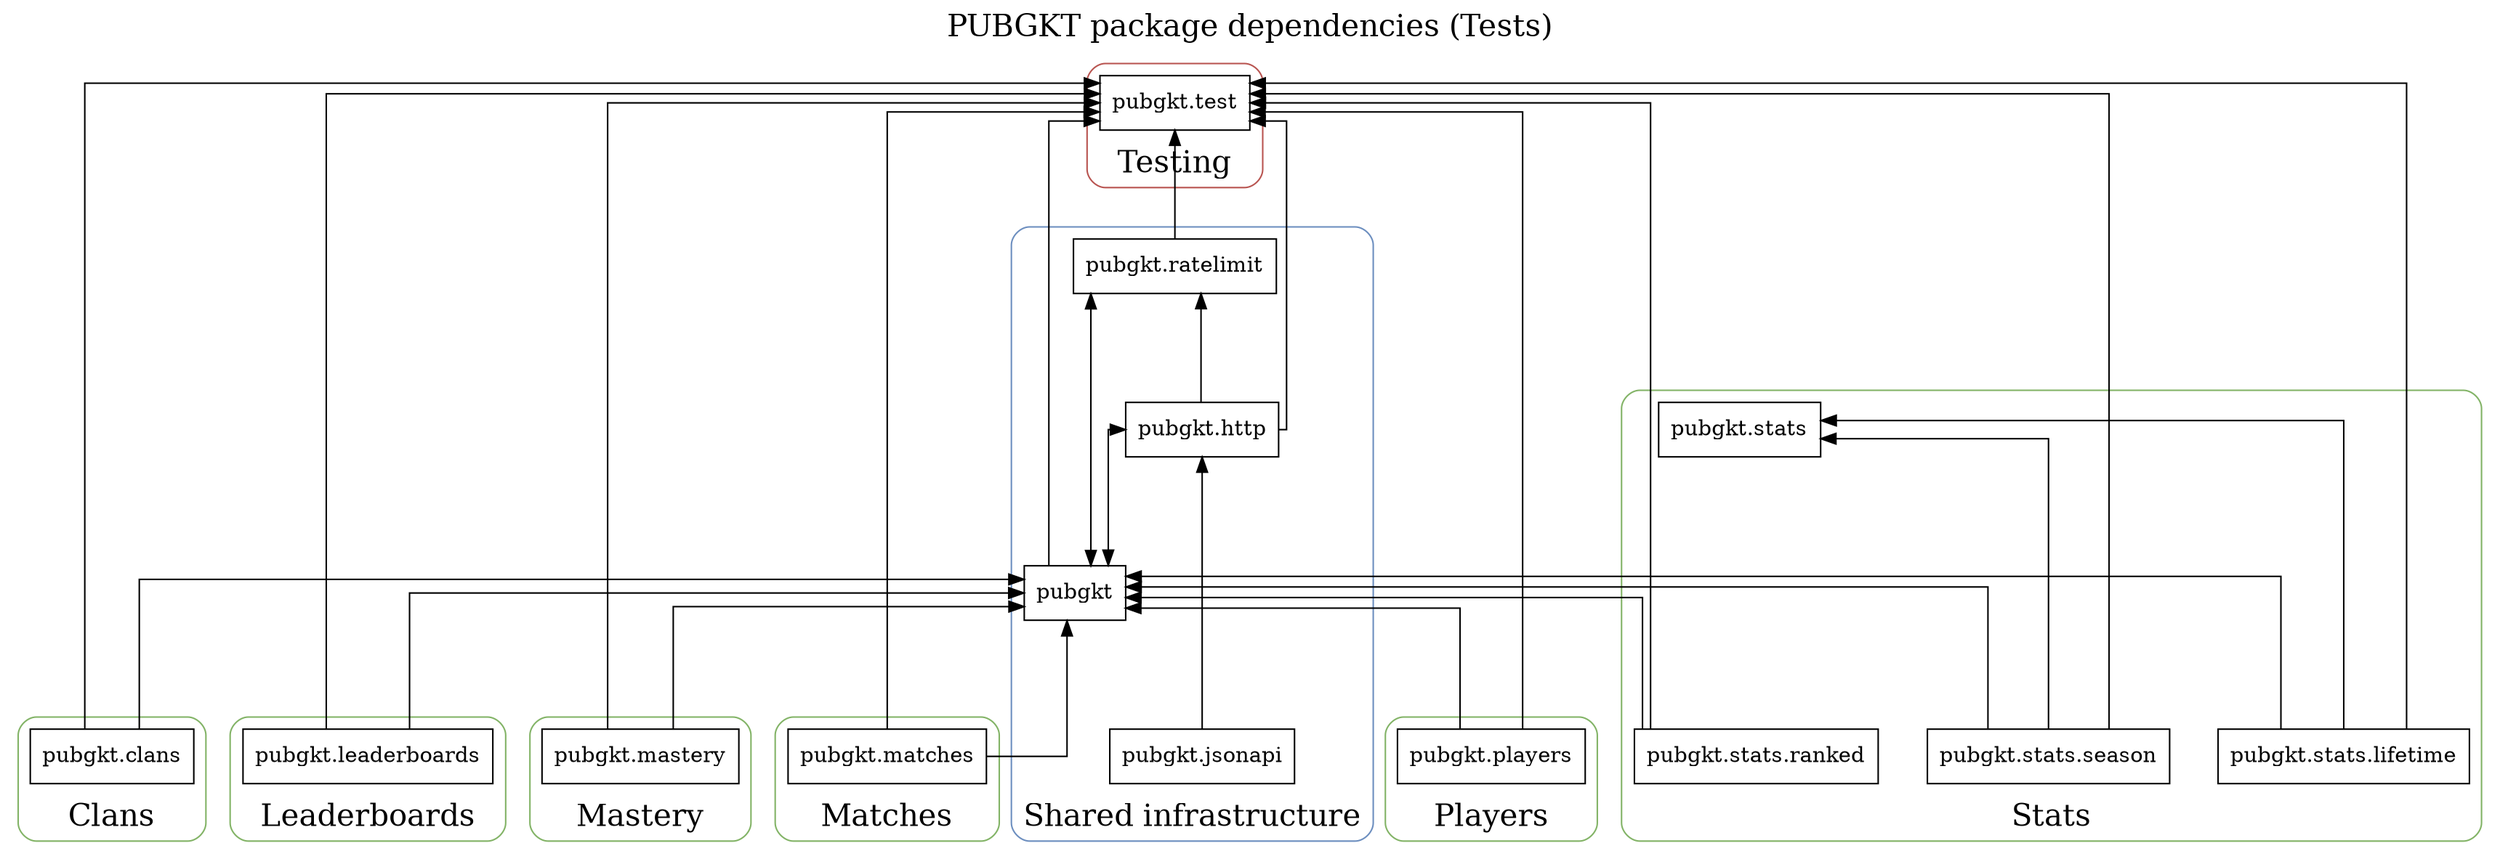
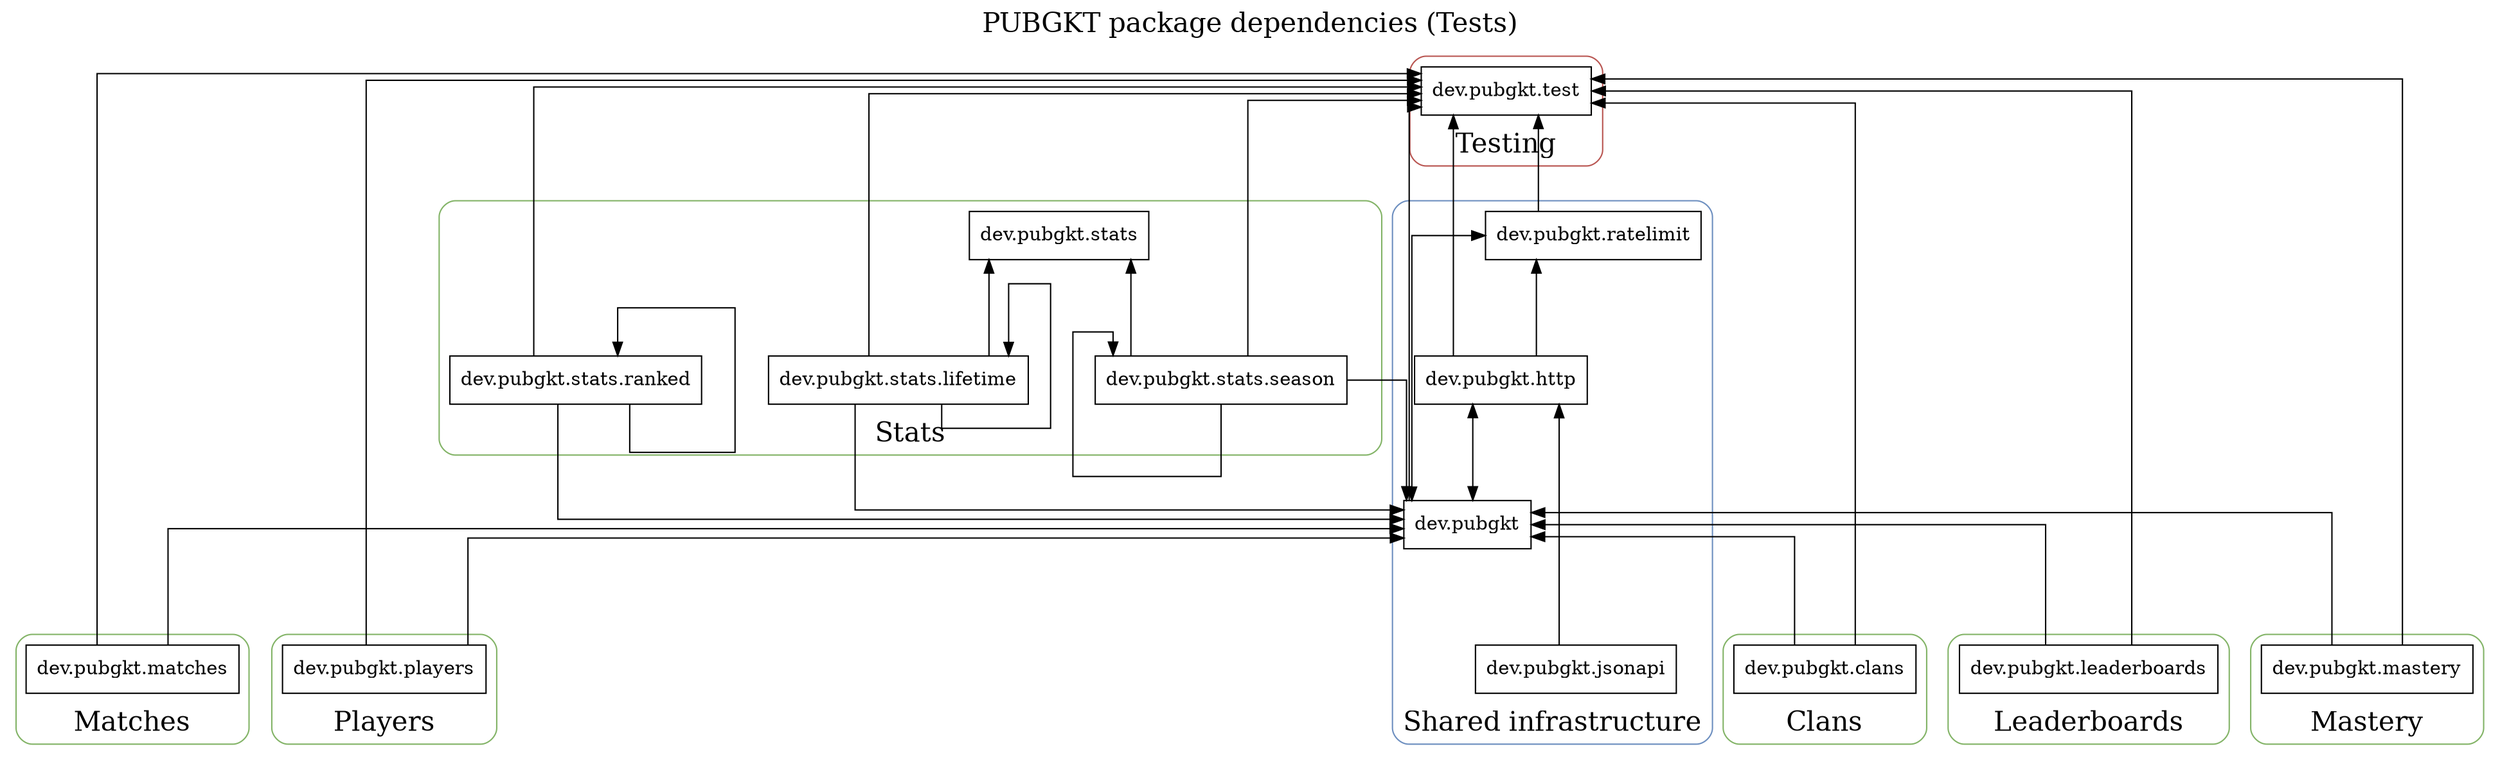
digraph KotlinPackageDependencies {
rankdir=BT;
layout=dot;
ranksep=1.0;
nodesep=0.45;
splines=ortho;
concentrate=true;
newrank=true;
compound=true;
label="PUBGKT package dependencies (Tests)";
labelloc=t;
fontsize=20;
node [shape=box];
subgraph "cluster_clans" {
label="Clans";
style=rounded;
color="#82B366";
- "pubgkt.clans";
+ "dev.pubgkt.clans";
}
subgraph "cluster_leaderboards" {
label="Leaderboards";
style=rounded;
color="#82B366";
- "pubgkt.leaderboards";
+ "dev.pubgkt.leaderboards";
}
subgraph "cluster_mastery" {
label="Mastery";
style=rounded;
color="#82B366";
- "pubgkt.mastery";
+ "dev.pubgkt.mastery";
}
subgraph "cluster_matches" {
label="Matches";
style=rounded;
color="#82B366";
- "pubgkt.matches";
+ "dev.pubgkt.matches";
}
subgraph "cluster_players" {
label="Players";
style=rounded;
color="#82B366";
- "pubgkt.players";
+ "dev.pubgkt.players";
}
subgraph "cluster_shared" {
label="Shared infrastructure";
style=rounded;
color="#6C8EBF";
- "pubgkt";
- "pubgkt.http";
- "pubgkt.jsonapi";
- "pubgkt.ratelimit";
+ "dev.pubgkt";
+ "dev.pubgkt.http";
+ "dev.pubgkt.jsonapi";
+ "dev.pubgkt.ratelimit";
}
subgraph "cluster_stats" {
label="Stats";
style=rounded;
color="#82B366";
- "pubgkt.stats";
- "pubgkt.stats.lifetime";
- "pubgkt.stats.ranked";
- "pubgkt.stats.season";
+ "dev.pubgkt.stats";
+ "dev.pubgkt.stats.lifetime";
+ "dev.pubgkt.stats.ranked";
+ "dev.pubgkt.stats.season";
}
subgraph "cluster_testing" {
label="Testing";
style=rounded;
color="#B85450";
- "pubgkt.test";
+ "dev.pubgkt.test";
}
- { rank=same; "pubgkt.clans"; "pubgkt.jsonapi"; "pubgkt.leaderboards"; "pubgkt.mastery"; "pubgkt.matches"; "pubgkt.players"; "pubgkt.stats.lifetime"; "pubgkt.stats.ranked"; "pubgkt.stats.season"; }
- { rank=same; "pubgkt.http"; "pubgkt.stats"; }
- { rank=same; "pubgkt.ratelimit"; }
- { rank=same; "pubgkt"; }
- { rank=same; "pubgkt.test"; }
- "pubgkt.stats.lifetime" -> "pubgkt";
- "pubgkt.stats.lifetime" -> "pubgkt.stats";
- "pubgkt.stats.lifetime" -> "pubgkt.test";
- "pubgkt.stats.ranked" -> "pubgkt";
- "pubgkt.stats.ranked" -> "pubgkt.test";
- "pubgkt.stats.season" -> "pubgkt";
- "pubgkt.stats.season" -> "pubgkt.test";
- "pubgkt.stats.season" -> "pubgkt.stats";
- "pubgkt.leaderboards" -> "pubgkt";
- "pubgkt.leaderboards" -> "pubgkt.test";
- "pubgkt.mastery" -> "pubgkt";
- "pubgkt.mastery" -> "pubgkt.test";
- "pubgkt.matches" -> "pubgkt";
- "pubgkt.matches" -> "pubgkt.test";
- "pubgkt.players" -> "pubgkt";
- "pubgkt.players" -> "pubgkt.test";
- "pubgkt.http" -> "pubgkt";
- "pubgkt.http" -> "pubgkt.ratelimit";
- "pubgkt.http" -> "pubgkt.test";
- "pubgkt.ratelimit" -> "pubgkt.test";
- "pubgkt.ratelimit" -> "pubgkt";
- "pubgkt" -> "pubgkt.test";
- "pubgkt" -> "pubgkt.ratelimit";
- "pubgkt" -> "pubgkt.http";
- "pubgkt.jsonapi" -> "pubgkt.http";
- "pubgkt.clans" -> "pubgkt";
- "pubgkt.clans" -> "pubgkt.test";
+ { rank=same; "dev.pubgkt.clans"; "dev.pubgkt.jsonapi"; "dev.pubgkt.leaderboards"; "dev.pubgkt.mastery"; "dev.pubgkt.matches"; "dev.pubgkt.players"; }
+ { rank=same; "dev.pubgkt.http"; "dev.pubgkt.stats.lifetime"; "dev.pubgkt.stats.ranked"; "dev.pubgkt.stats.season"; }
+ { rank=same; "dev.pubgkt.ratelimit"; "dev.pubgkt.stats"; }
+ { rank=same; "dev.pubgkt"; }
+ { rank=same; "dev.pubgkt.test"; }
+ "dev.pubgkt.stats.lifetime" -> "dev.pubgkt";
+ "dev.pubgkt.stats.lifetime" -> "dev.pubgkt.stats";
+ "dev.pubgkt.stats.lifetime" -> "dev.pubgkt.stats.lifetime";
+ "dev.pubgkt.stats.lifetime" -> "dev.pubgkt.test";
+ "dev.pubgkt.stats.ranked" -> "dev.pubgkt";
+ "dev.pubgkt.stats.ranked" -> "dev.pubgkt.stats.ranked";
+ "dev.pubgkt.stats.ranked" -> "dev.pubgkt.test";
+ "dev.pubgkt.stats.season" -> "dev.pubgkt";
+ "dev.pubgkt.stats.season" -> "dev.pubgkt.stats.season";
+ "dev.pubgkt.stats.season" -> "dev.pubgkt.test";
+ "dev.pubgkt.stats.season" -> "dev.pubgkt.stats";
+ "dev.pubgkt.leaderboards" -> "dev.pubgkt";
+ "dev.pubgkt.leaderboards" -> "dev.pubgkt.test";
+ "dev.pubgkt.mastery" -> "dev.pubgkt";
+ "dev.pubgkt.mastery" -> "dev.pubgkt.test";
+ "dev.pubgkt.matches" -> "dev.pubgkt";
+ "dev.pubgkt.matches" -> "dev.pubgkt.test";
+ "dev.pubgkt.players" -> "dev.pubgkt";
+ "dev.pubgkt.players" -> "dev.pubgkt.test";
+ "dev.pubgkt.http" -> "dev.pubgkt";
+ "dev.pubgkt.http" -> "dev.pubgkt.ratelimit";
+ "dev.pubgkt.http" -> "dev.pubgkt.test";
+ "dev.pubgkt.ratelimit" -> "dev.pubgkt.test";
+ "dev.pubgkt.ratelimit" -> "dev.pubgkt";
+ "dev.pubgkt" -> "dev.pubgkt.test";
+ "dev.pubgkt" -> "dev.pubgkt.ratelimit";
+ "dev.pubgkt" -> "dev.pubgkt.http";
+ "dev.pubgkt.jsonapi" -> "dev.pubgkt.http";
+ "dev.pubgkt.clans" -> "dev.pubgkt";
+ "dev.pubgkt.clans" -> "dev.pubgkt.test";
}
